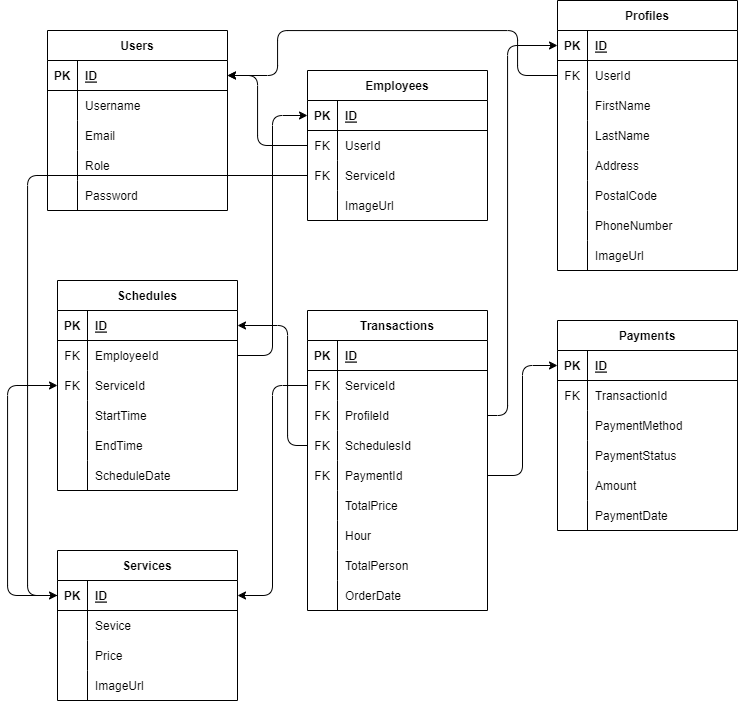
Go-Cleen/SpotlessNess keeps this draw.io diagram as schema.drawio.png. Above is the earlier version. Source tidied: cells renumbered, new cells last; positions are measured from the earlier drawing's top-left corner, leaving out a move shared by most shapes.
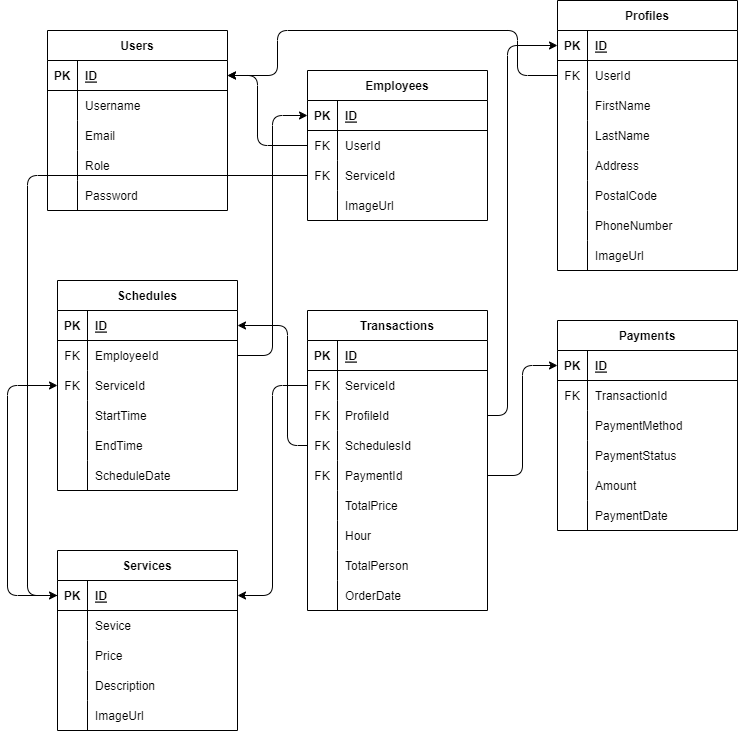
After the commit.

What changed in the source:
```diff
@@ -126,7 +126,7 @@
       <mxGeometry x="30" width="150" height="30" as="geometry" />
     </mxCell>
     <mxCell id="43" value="Services" style="shape=table;startSize=30;rowLines=0;fontStyle=1;align=center;" parent="1" vertex="1">
-      <mxGeometry x="50" y="550" width="180" height="150" as="geometry" />
+      <mxGeometry x="50" y="550" width="180" height="180" as="geometry" />
     </mxCell>
     <mxCell id="44" style="shape=tableRow;horizontal=0;startSize=0;swimlaneHead=0;swimlaneBody=0;fillColor=none;points=[[0,0.5],[1,0.5]];portConstraint=eastwest;top=0;left=0;right=0;bottom=1;" parent="43" vertex="1">
       <mxGeometry y="30" width="180" height="30" as="geometry" />
@@ -155,8 +155,17 @@
     <mxCell id="52" value="Price" style="shape=partialRectangle;fillColor=none;top=0;left=0;bottom=0;right=0;align=left;spacingLeft=6;overflow=hidden;" parent="50" vertex="1">
       <mxGeometry x="30" width="150" height="30" as="geometry" />
     </mxCell>
+    <mxCell id="144" style="shape=tableRow;horizontal=0;startSize=0;swimlaneHead=0;swimlaneBody=0;fillColor=none;top=0;left=0;right=0;bottom=0;" parent="43" vertex="1">
+      <mxGeometry y="120" width="180" height="30" as="geometry" />
+    </mxCell>
+    <mxCell id="145" style="shape=partialRectangle;fillColor=none;top=0;left=0;bottom=0;right=0;overflow=hidden;" parent="144" vertex="1">
+      <mxGeometry width="30" height="30" as="geometry" />
+    </mxCell>
+    <mxCell id="146" value="Description" style="shape=partialRectangle;fillColor=none;top=0;left=0;bottom=0;right=0;align=left;spacingLeft=6;overflow=hidden;" parent="144" vertex="1">
+      <mxGeometry x="30" width="150" height="30" as="geometry" />
+    </mxCell>
     <mxCell id="53" style="shape=tableRow;horizontal=0;startSize=0;swimlaneHead=0;swimlaneBody=0;fillColor=none;top=0;left=0;right=0;bottom=0;" parent="43" vertex="1">
-      <mxGeometry y="120" width="180" height="30" as="geometry" />
+      <mxGeometry y="150" width="180" height="30" as="geometry" />
     </mxCell>
     <mxCell id="54" style="shape=partialRectangle;fillColor=none;top=0;left=0;bottom=0;right=0;overflow=hidden;" parent="53" vertex="1">
       <mxGeometry width="30" height="30" as="geometry" />
```
